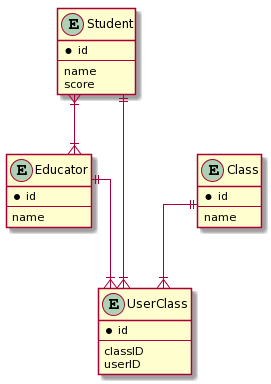
Earlier version of the PlantUML export docs/diagrams/UserEntity.png (Orbital-Knewbie/Knewbie). Source of this version:
```plantuml
@startuml
skinparam linetype ortho

entity Student {
*id
--
name
score
}

entity Educator {
*id
--
name
}

entity Class {
*id
--
name
}

entity UserClass {
*id
--
classID
userID
}

Student ||--|{ UserClass
Student }|--|{ Educator
Educator ||--|{ UserClass
Class ||--|{ UserClass
@enduml
```
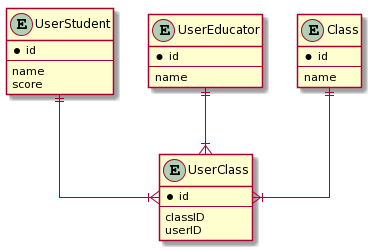
After the commit.

Commit message:
Create UserGuide-Educator and update Database

What changed in the source:
```diff
@@ -1,14 +1,14 @@
 @startuml
 skinparam linetype ortho
 
-entity Student {
+entity UserStudent {
 *id
 --
 name
 score
 }
 
-entity Educator {
+entity UserEducator {
 *id
 --
 name
@@ -27,8 +27,8 @@
 userID
 }
 
-Student ||--|{ UserClass
-Student }|--|{ Educator
-Educator ||--|{ UserClass
+UserStudent ||--|{ UserClass
+
+UserEducator ||--|{ UserClass
 Class ||--|{ UserClass
 @enduml
```
